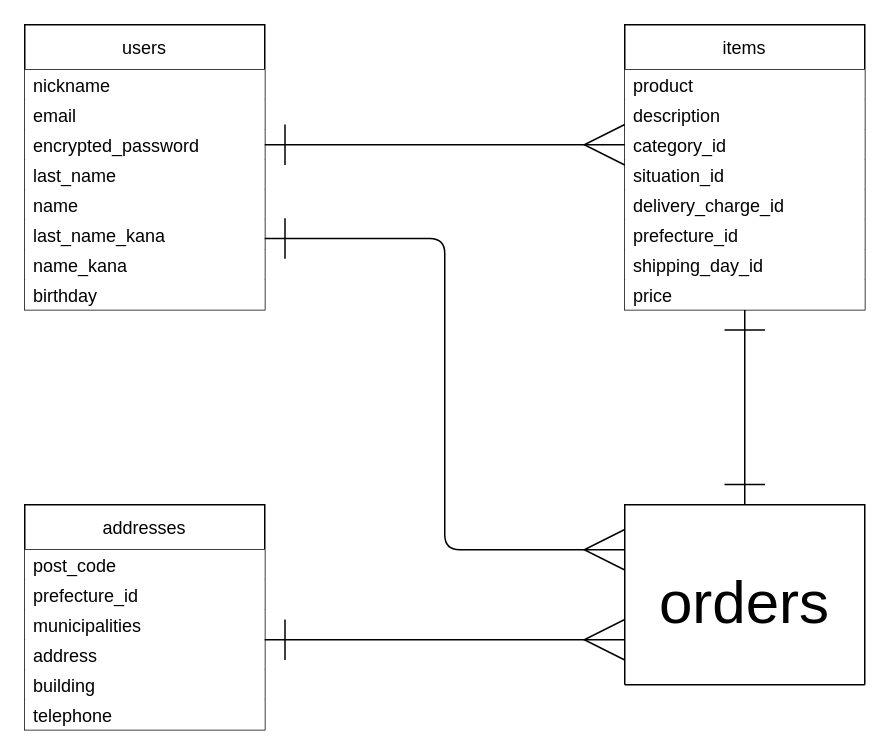
Above: ER .dio in Ryotak41/furima-37084 (draw.io), before the change. Source tidied: cells renumbered, new cells numbered last; positions are measured from the earlier drawing's top-left corner, leaving out a move shared by most shapes. Both pictures are drawn from the tidied source at 150%, with x=0, y=0 at pixel (24, 24).
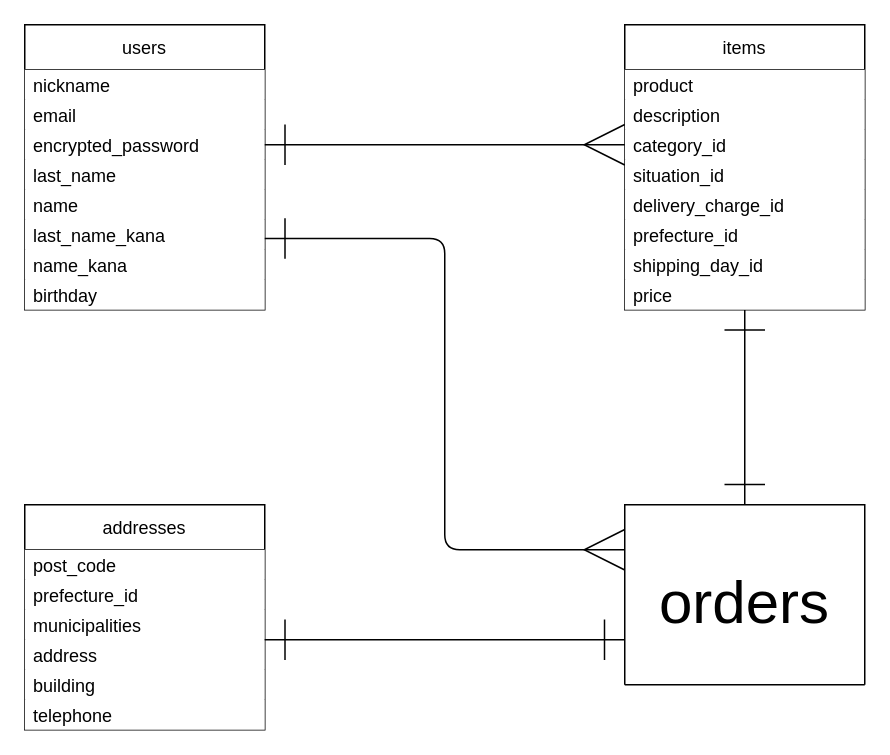
Above is the later version.

Commit message (it also covers changes not shown here):
データベース設計 ER図 修正③

Change to the diagram source:
```diff
@@
-    <mxCell id="31" style="endArrow=ERmany;html=1;rounded=0;entryX=0;entryY=0.5;entryDx=0;entryDy=0;endFill=0;endSize=25;startSize=25;strokeColor=default;strokeWidth=1;startArrow=ERone;startFill=0;" parent="1" edge="1">
+    <mxCell id="31" style="endArrow=ERone;html=1;rounded=0;entryX=0;entryY=0.5;entryDx=0;entryDy=0;endFill=0;endSize=25;startSize=25;strokeColor=default;strokeWidth=1;startArrow=ERone;startFill=0;" parent="1" edge="1">
       <mxGeometry relative="1" as="geometry">
         <mxPoint x="160" y="410" as="sourcePoint" />
         <mxPoint x="400" y="410" as="targetPoint" />
       </mxGeometry>
     </mxCell>
```
